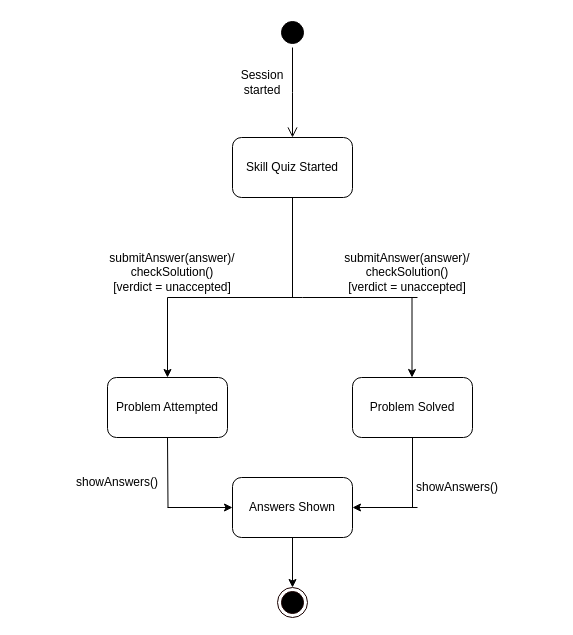
Above: page "Skill Quiz" (2 of 8) of fianl_state.drawio in MdHuzzatunAli/ISD (draw.io), before the change. Source tidied: cells renumbered, new cells numbered last; positions are measured from the earlier drawing's top-left corner, leaving out a move shared by most shapes. Both pictures are drawn from the tidied source at 100%, with x=0, y=0 at pixel (87, 17).
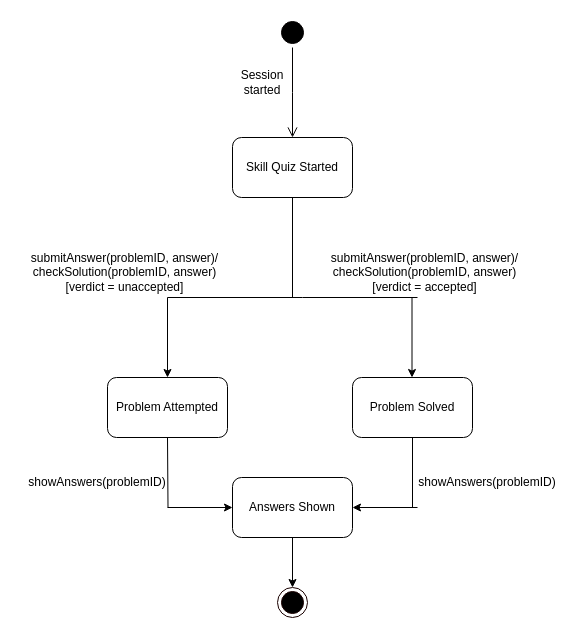
Above is the later version.

Change to the diagram source:
```diff
@@
-    <mxCell id="12" value="&lt;div&gt;submitAnswer(answer)/&lt;/div&gt;&lt;div&gt;checkSolution()&lt;/div&gt;[verdict = unaccepted]" style="text;strokeColor=none;align=center;fillColor=none;html=1;verticalAlign=middle;whiteSpace=wrap;rounded=0;" parent="1" vertex="1">
-      <mxGeometry x="260" y="240" width="120" height="30" as="geometry" />
-    </mxCell>
@@
-    <mxCell id="20" value="showAnswers()" style="text;strokeColor=none;align=center;fillColor=none;html=1;verticalAlign=middle;whiteSpace=wrap;rounded=0;" parent="1" vertex="1">
-      <mxGeometry y="450" width="60" height="30" as="geometry" />
+    <mxCell id="20" value="&lt;div&gt;showAnswers(problemID)&lt;/div&gt;" style="text;strokeColor=none;align=center;fillColor=none;html=1;verticalAlign=middle;whiteSpace=wrap;rounded=0;" parent="1" vertex="1">
+      <mxGeometry x="-20" y="450" width="60" height="30" as="geometry" />
     </mxCell>
-    <mxCell id="21" value="showAnswers()" style="text;strokeColor=none;align=center;fillColor=none;html=1;verticalAlign=middle;whiteSpace=wrap;rounded=0;" parent="1" vertex="1">
-      <mxGeometry x="340" y="455" width="60" height="30" as="geometry" />
-    </mxCell>
-    <mxCell id="22" value="&lt;div&gt;submitAnswer(answer)/&lt;/div&gt;&lt;div&gt;checkSolution()&lt;/div&gt;[verdict = unaccepted]" style="text;strokeColor=none;align=center;fillColor=none;html=1;verticalAlign=middle;whiteSpace=wrap;rounded=0;" parent="1" vertex="1">
-      <mxGeometry x="25" y="240" width="120" height="30" as="geometry" />
+    <mxCell id="22" value="&lt;div&gt;submitAnswer(problemID, answer)/&lt;/div&gt;&lt;div&gt;checkSolution(problemID, answer)&lt;/div&gt;[verdict = unaccepted]" style="text;strokeColor=none;align=center;fillColor=none;html=1;verticalAlign=middle;whiteSpace=wrap;rounded=0;" parent="1" vertex="1">
+      <mxGeometry x="-70" y="240" width="215" height="30" as="geometry" />
     </mxCell>
+    <mxCell id="23" value="&lt;div&gt;submitAnswer(problemID, answer)/&lt;/div&gt;&lt;div&gt;checkSolution(problemID, answer)&lt;/div&gt;[verdict = accepted]" style="text;strokeColor=none;align=center;fillColor=none;html=1;verticalAlign=middle;whiteSpace=wrap;rounded=0;" parent="1" vertex="1">
+      <mxGeometry x="230" y="240" width="215" height="30" as="geometry" />
+    </mxCell>
+    <mxCell id="24" value="&lt;div&gt;showAnswers(problemID)&lt;/div&gt;" style="text;strokeColor=none;align=center;fillColor=none;html=1;verticalAlign=middle;whiteSpace=wrap;rounded=0;" parent="1" vertex="1">
+      <mxGeometry x="370" y="450" width="60" height="30" as="geometry" />
+    </mxCell>
```
